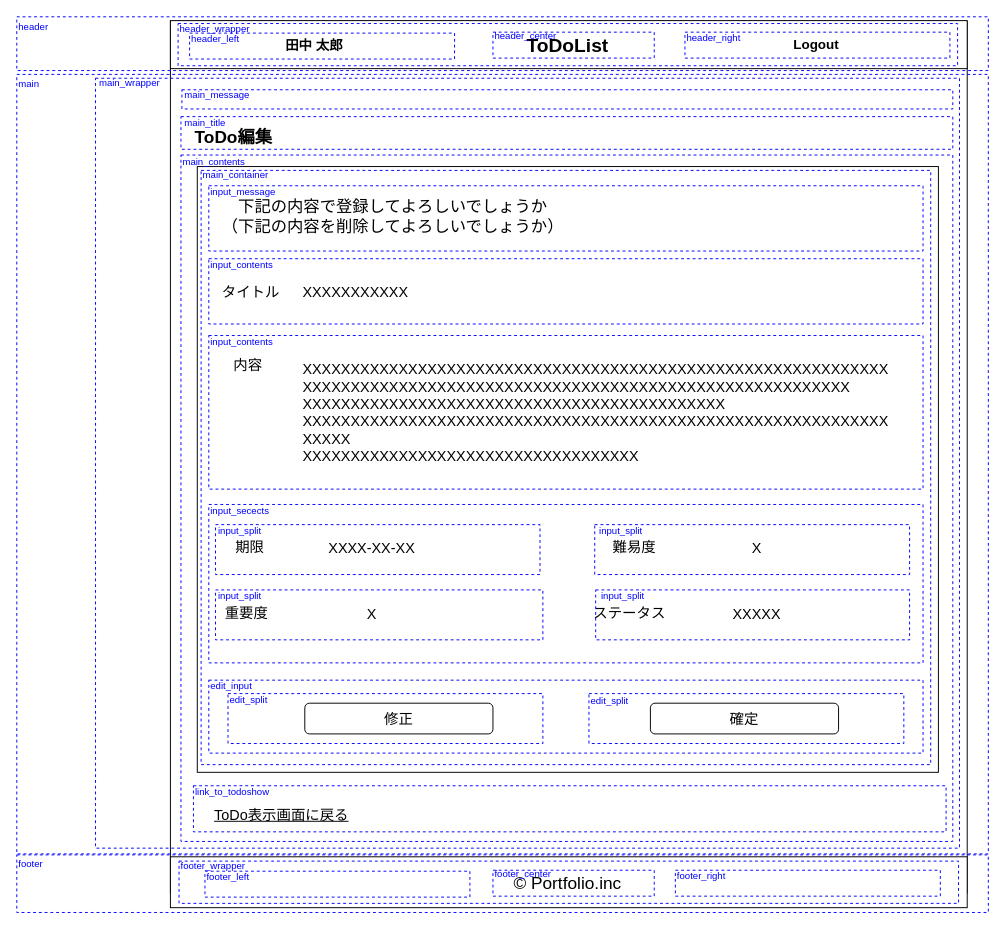
Before: portfolio03/01/layout/todo_edit_confirm/portfolio03_01_todo_edit_confirm_detail.drawio in RRRYOOO/portfolio, a draw.io diagram. Source tidied: cells renumbered, new cells numbered last; positions are measured from the earlier drawing's top-left corner, leaving out a move shared by most shapes. Both pictures are drawn from the tidied source at 96%, with x=0, y=0 at pixel (16, 16).
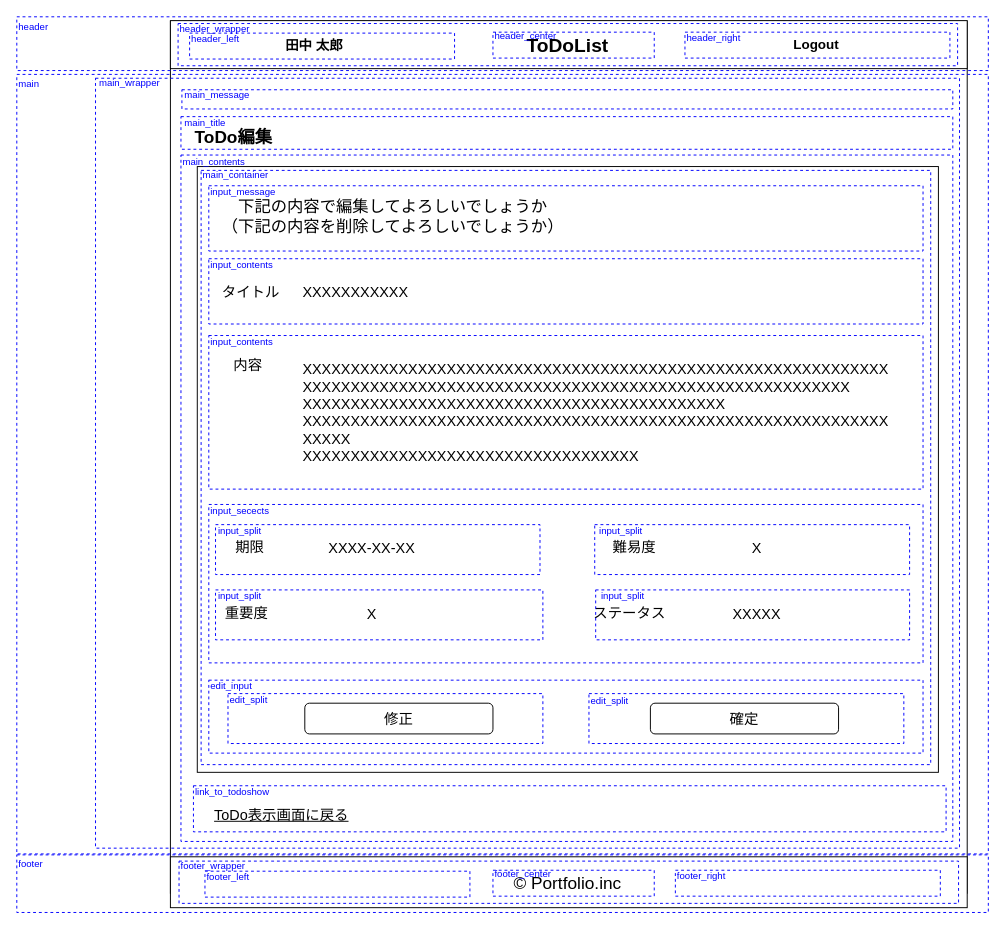
The same page after the edit.

Unchanged cells that the change refers to:
```xml
<mxCell id="2" style="group;" parent="1" vertex="1">
  <mxGeometry x="160" y="4" width="830" height="909" as="geometry" />
</mxCell>
```

The edit, as a diff of the source:
```diff
@@
-    <mxCell id="22" value="　下記の内容で登録してよろしいでしょうか&lt;br&gt;（下記の内容を削除してよろしいでしょうか）" style="text;html=1;strokeColor=none;fillColor=none;align=left;verticalAlign=middle;whiteSpace=wrap;rounded=0;fontSize=17;" parent="2" vertex="1">
+    <mxCell id="22" value="　下記の内容で編集してよろしいでしょうか&lt;br&gt;（下記の内容を削除してよろしいでしょうか）" style="text;html=1;strokeColor=none;fillColor=none;align=left;verticalAlign=middle;whiteSpace=wrap;rounded=0;fontSize=17;" parent="2" vertex="1">
       <mxGeometry x="52" y="184" width="476" height="42" as="geometry" />
     </mxCell>
```
